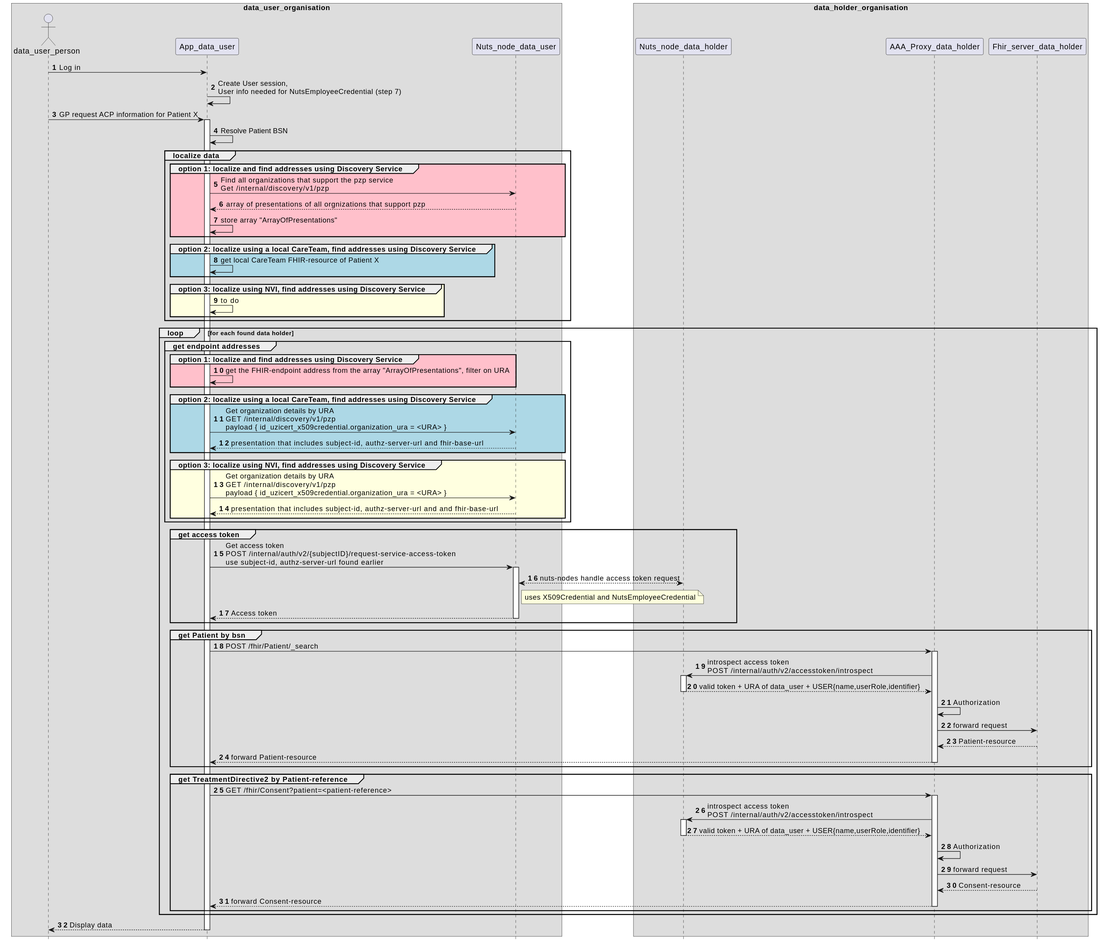
nuts-foundation/application-on-nuts-acp-pzp keeps this PlantUML diagram as out/sequence-diagrams/request-data-from-multiple-data-holders/request-data-from-multiple-data-holders.svg. Above is the earlier version.
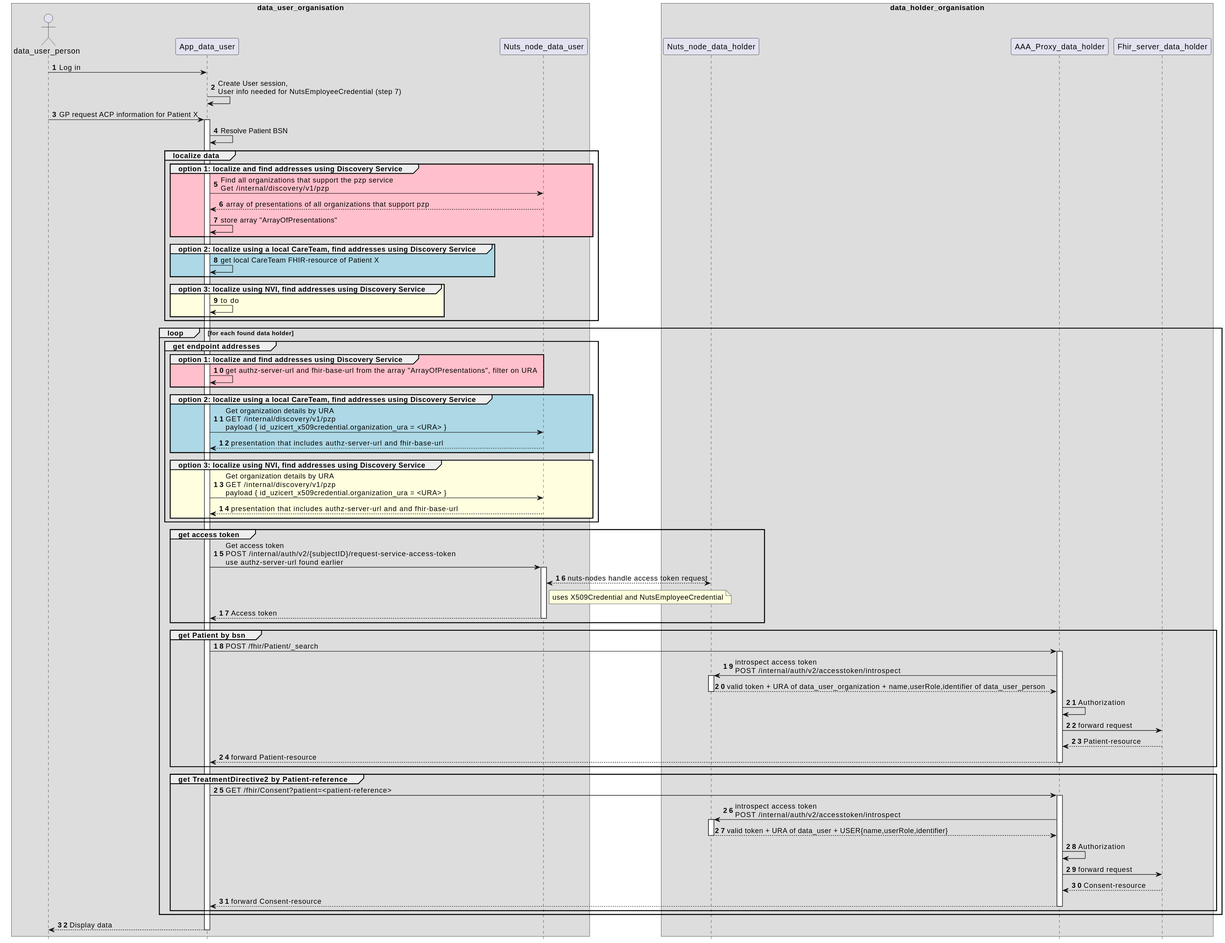
After the commit.

Commit message:
processed remarks of rein (subject-id is only used internally)

The edit, as a diff of the source:
```diff
@@ -24,7 +24,7 @@
     group localize data
         group #pink option 1: localize and find addresses using Discovery Service
             App_data_user -> Nuts_node_data_user: Find all organizations that support the pzp service \nGet /internal/discovery/v1/pzp
-            Nuts_node_data_user --> App_data_user: array of presentations of all orgnizations that support pzp
+            Nuts_node_data_user --> App_data_user: array of presentations of all organizations that support pzp
             App_data_user-> App_data_user: store array "ArrayOfPresentations"
         end group
 
@@ -40,22 +40,22 @@
     loop for each found data holder
         group get endpoint addresses
             group #pink option 1: localize and find addresses using Discovery Service
-                App_data_user-> App_data_user: get the FHIR-endpoint address from the array "ArrayOfPresentations", filter on URA
+                App_data_user-> App_data_user: get authz-server-url and fhir-base-url from the array "ArrayOfPresentations", filter on URA
             end group
 
             group #lightblue option 2: localize using a local CareTeam, find addresses using Discovery Service
                 App_data_user -> Nuts_node_data_user: Get organization details by URA \nGET /internal/discovery/v1/pzp \npayload { id_uzicert_x509credential.organization_ura = <URA> }
-                Nuts_node_data_user --> App_data_user: presentation that includes subject-id, authz-server-url and fhir-base-url
+                Nuts_node_data_user --> App_data_user: presentation that includes authz-server-url and fhir-base-url
             end group
 
             group #LightYellow option 3: localize using NVI, find addresses using Discovery Service
                 App_data_user -> Nuts_node_data_user: Get organization details by URA \nGET /internal/discovery/v1/pzp \npayload { id_uzicert_x509credential.organization_ura = <URA> }
-                Nuts_node_data_user --> App_data_user: presentation that includes subject-id, authz-server-url and and fhir-base-url
+                Nuts_node_data_user --> App_data_user: presentation that includes authz-server-url and and fhir-base-url
             end group
         end group
 
         group get access token
-            App_data_user -> Nuts_node_data_user: Get access token \nPOST /internal/auth/v2/{subjectID}/request-service-access-token \nuse subject-id, authz-server-url found earlier
+            App_data_user -> Nuts_node_data_user: Get access token \nPOST /internal/auth/v2/{subjectID}/request-service-access-token \nuse authz-server-url found earlier
             activate Nuts_node_data_user
                 Nuts_node_data_user <--> Nuts_node_data_holder : nuts-nodes handle access token request
                 note right of Nuts_node_data_user : uses X509Credential and NutsEmployeeCredential
@@ -68,7 +68,7 @@
             activate AAA_Proxy_data_holder
                 AAA_Proxy_data_holder -> Nuts_node_data_holder : introspect access token\nPOST /internal/auth/v2/accesstoken/introspect
                 activate Nuts_node_data_holder
-                    Nuts_node_data_holder-->AAA_Proxy_data_holder : valid token + URA of data_user + USER{name,userRole,identifier}
+                    Nuts_node_data_holder-->AAA_Proxy_data_holder : valid token + URA of data_user_organization + name,userRole,identifier of data_user_person
                 deactivate Nuts_node_data_holder
                 AAA_Proxy_data_holder -> AAA_Proxy_data_holder: Authorization
                 AAA_Proxy_data_holder->Fhir_server_data_holder: forward request
```
